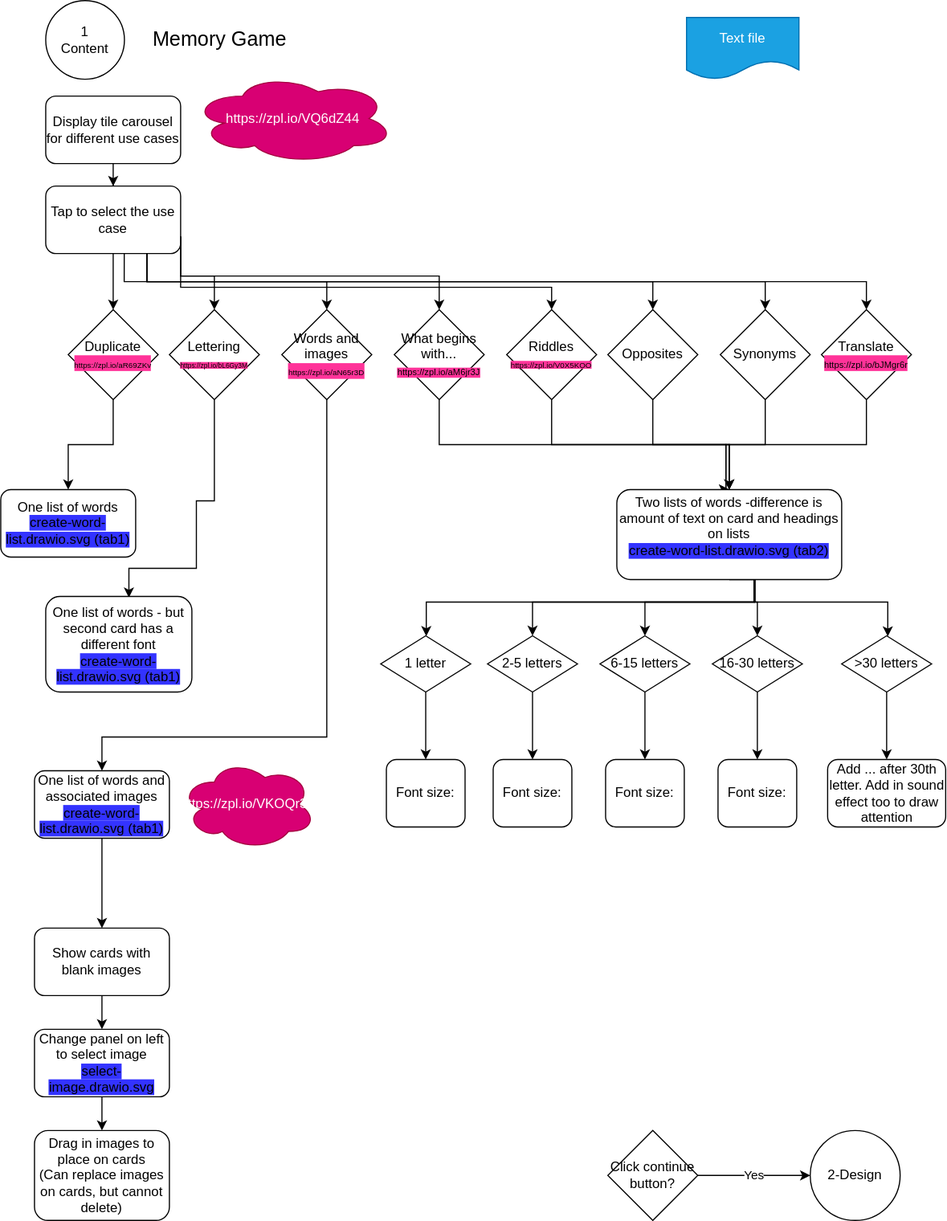
Above: modules/memory game set/memory.drawio.svg in ji-devs/ji-cloud-flowcharts (draw.io), before the change. Source tidied: cells renumbered, new cells last; positions are measured from the earlier drawing's top-left corner, leaving out a move shared by most shapes.
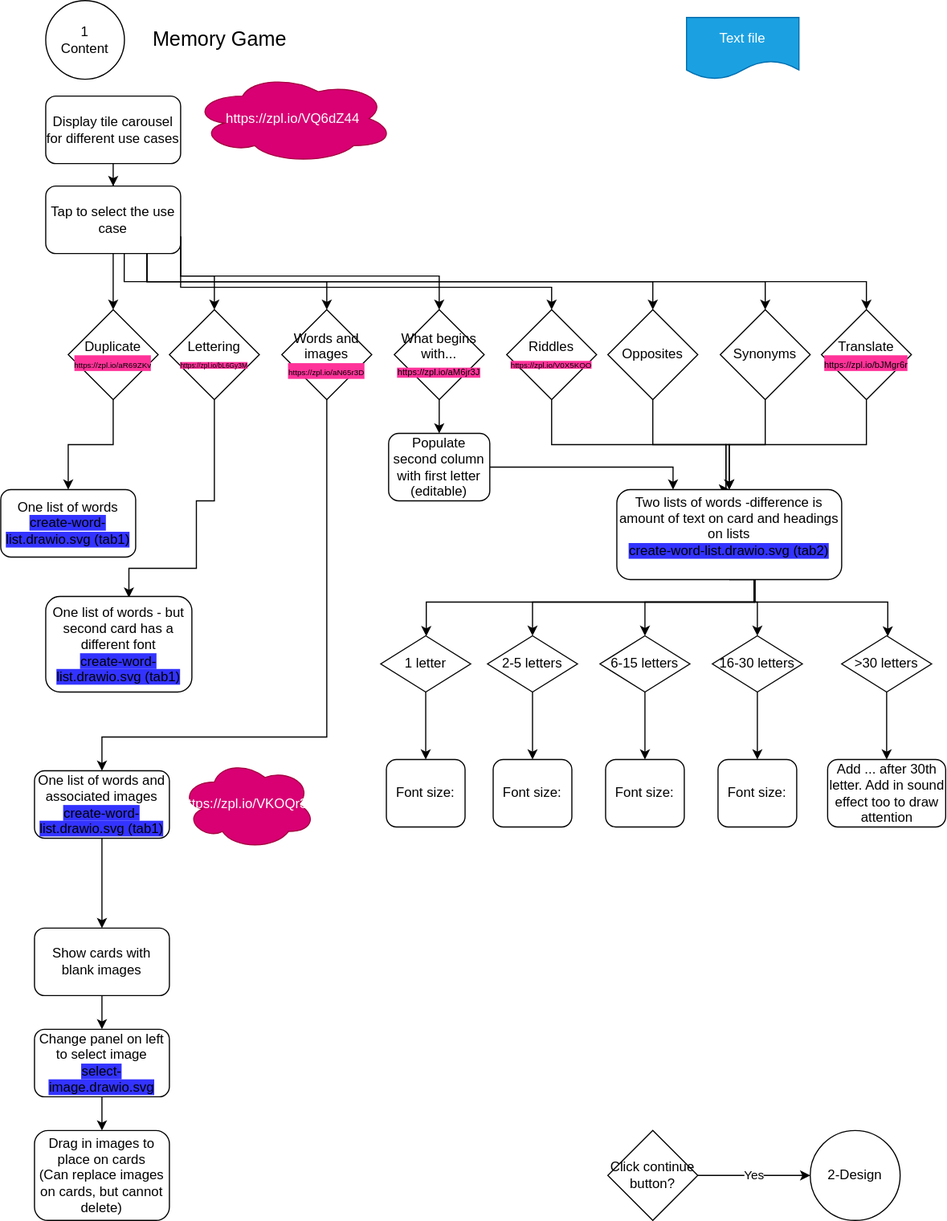
The same diagram one commit later.

Commit message:
added in dealing with first letter

Change to the diagram source:
```diff
@@ -60,14 +60,9 @@
         </Array>
       </mxGeometry>
     </mxCell>
-    <mxCell id="18" style="edgeStyle=orthogonalEdgeStyle;rounded=0;jettySize=auto;html=1;exitX=0.5;exitY=1;exitDx=0;exitDy=0;entryX=0.5;entryY=0;entryDx=0;entryDy=0;" parent="1" edge="1" source="19" target="41">
-      <mxGeometry relative="1" as="geometry">
-        <Array as="points">
-          <mxPoint x="390" y="395" />
-          <mxPoint x="648" y="395" />
-        </Array>
-      </mxGeometry>
-    </mxCell>
+    <mxCell id="67" style="edgeStyle=orthogonalEdgeStyle;rounded=0;jettySize=auto;html=1;" parent="1" edge="1" source="19" target="69">
+      <mxGeometry relative="1" as="geometry" />
+    </mxCell>
     <mxCell id="19" value="What begins with...&lt;br&gt;&lt;font style=&quot;font-size: 8px ; background-color: rgb(255 , 51 , 153)&quot;&gt;https://zpl.io/aM6jr3J&lt;/font&gt;" style="rhombus;whiteSpace=wrap;html=1;" parent="1" vertex="1">
       <mxGeometry x="350" y="275" width="80" height="80" as="geometry" />
     </mxCell>
@@ -269,5 +264,11 @@
     <mxCell id="66" value="Drag in images to place on cards&lt;br&gt;(Can replace images on cards, but cannot delete)" style="whiteSpace=wrap;html=1;rounded=1;" parent="1" vertex="1">
       <mxGeometry x="30" y="1005" width="120" height="80" as="geometry" />
     </mxCell>
+    <mxCell id="68" style="edgeStyle=orthogonalEdgeStyle;rounded=0;jettySize=auto;html=1;entryX=0.25;entryY=0;entryDx=0;entryDy=0;" parent="1" edge="1" source="69" target="41">
+      <mxGeometry relative="1" as="geometry" />
+    </mxCell>
+    <mxCell id="69" value="Populate second column with first letter (editable)" style="rounded=1;whiteSpace=wrap;html=1;" parent="1" vertex="1">
+      <mxGeometry x="345" y="385" width="90" height="60" as="geometry" />
+    </mxCell>
   </root>
 </mxGraphModel>
```
